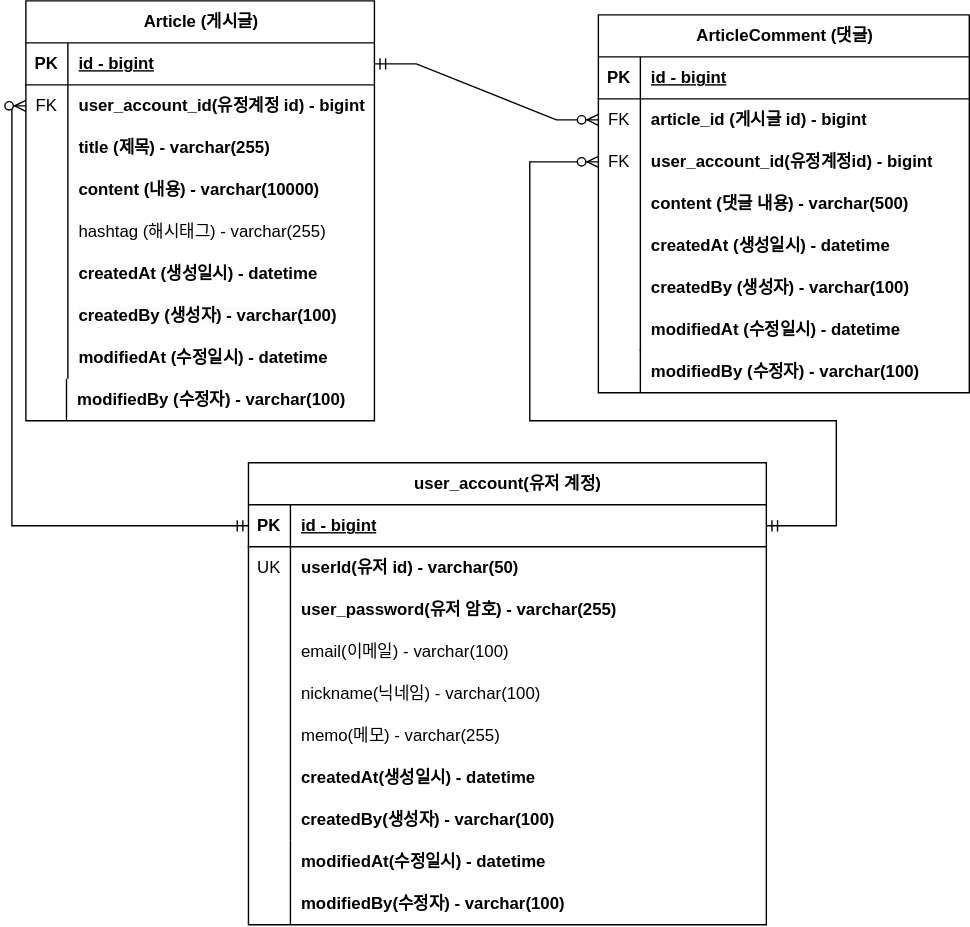
Earlier version of the draw.io export document/project-board-erd.svg (kimyena1123/boardProject). Source tidied: cells renumbered, new cells last; positions are measured from the earlier drawing's top-left corner, leaving out a move shared by most shapes.
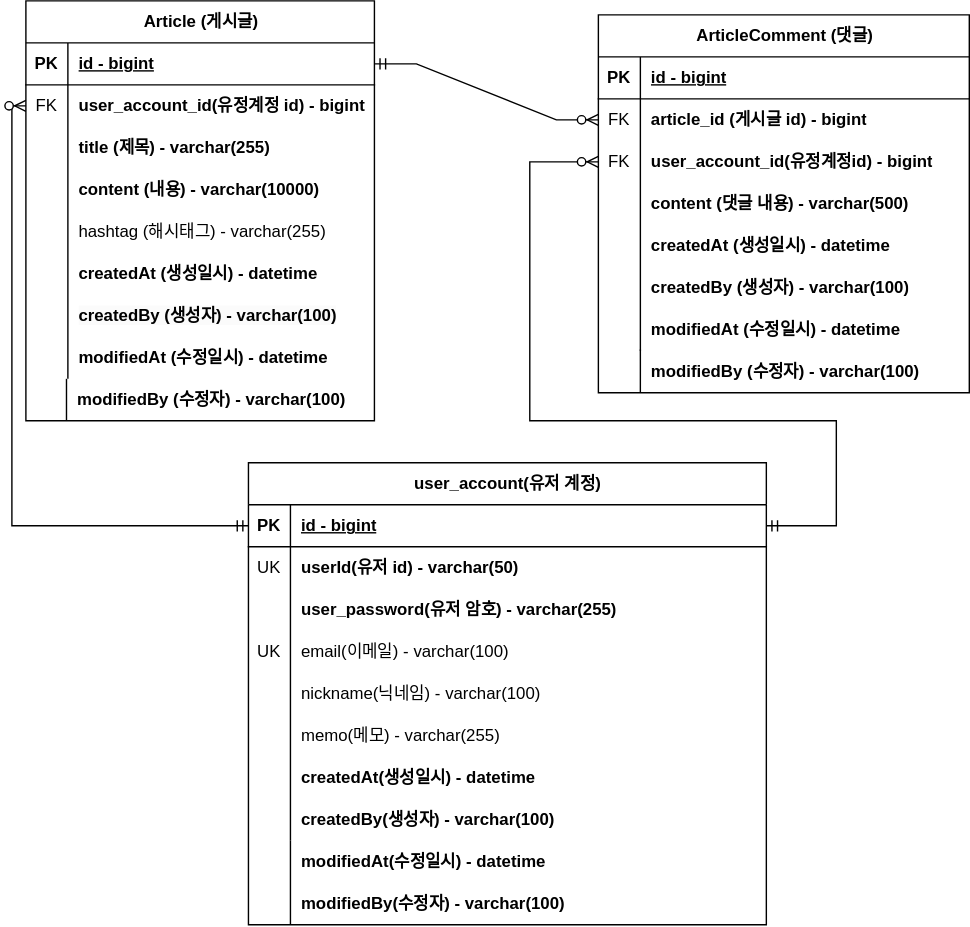
Later version of the same file.

Commit message:
#28 - erd 업데이트: 회원 계정 도메인의 이메일에 유니크 키 추가

Diff of the diagram source:
```diff
@@ -176,7 +176,7 @@
     <mxCell id="59" style="shape=tableRow;horizontal=0;startSize=0;swimlaneHead=0;swimlaneBody=0;fillColor=none;top=0;left=0;right=0;bottom=0;" parent="49" vertex="1">
       <mxGeometry y="120" width="370" height="30" as="geometry" />
     </mxCell>
-    <mxCell id="60" style="shape=partialRectangle;fillColor=none;top=0;left=0;bottom=0;right=0;overflow=hidden;whiteSpace=wrap;html=1;" parent="59" vertex="1">
+    <mxCell id="60" value="UK" style="shape=partialRectangle;fillColor=none;top=0;left=0;bottom=0;right=0;overflow=hidden;whiteSpace=wrap;html=1;" parent="59" vertex="1">
       <mxGeometry width="30" height="30" as="geometry" />
     </mxCell>
     <mxCell id="61" value="email(이메일) - varchar(100)" style="shape=partialRectangle;fillColor=none;top=0;left=0;bottom=0;right=0;align=left;spacingLeft=6;overflow=hidden;whiteSpace=wrap;html=1;" parent="59" vertex="1">
```
